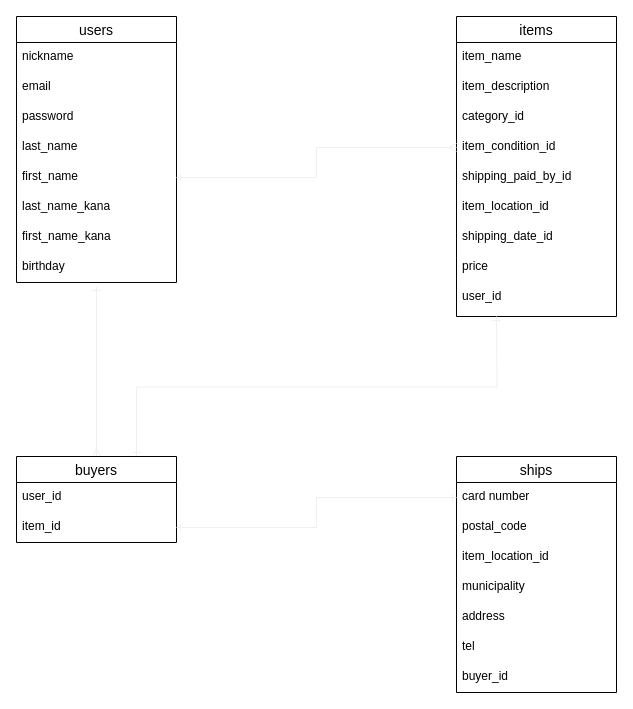
Earlier version of the draw.io diagram furima_er.dio (yuta8995/furima-34750). Source tidied: cells renumbered, new cells numbered last; positions are measured from the earlier drawing's top-left corner, leaving out a move shared by most shapes. Both pictures are drawn from the tidied source at 100%, with x=0, y=0 at pixel (16, 16).
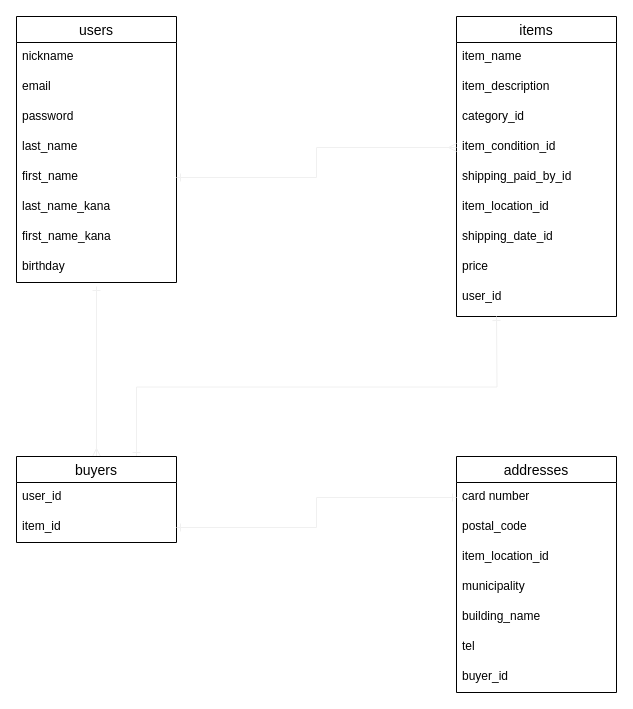
After the change.

Commit message (it also covers changes not shown here):
ER図、DB設計の修正2

Change to the diagram source:
```diff
@@
-    <mxCell id="26" value="ships" style="swimlane;fontStyle=0;horizontal=1;startSize=26;align=center;fontSize=14;" parent="1" vertex="1">
+    <mxCell id="26" value="addresses" style="swimlane;fontStyle=0;horizontal=1;startSize=26;align=center;fontSize=14;" parent="1" vertex="1">
       <mxGeometry x="440" y="440" width="160" height="236" as="geometry" />
     </mxCell>
@@
-    <mxCell id="31" value="address" style="text;strokeColor=none;fillColor=none;spacingLeft=4;spacingRight=4;overflow=hidden;fontSize=12;" parent="26" vertex="1">
+    <mxCell id="31" value="building_name" style="text;strokeColor=none;fillColor=none;spacingLeft=4;spacingRight=4;overflow=hidden;fontSize=12;" parent="26" vertex="1">
       <mxGeometry y="146" width="160" height="30" as="geometry" />
     </mxCell>
```
